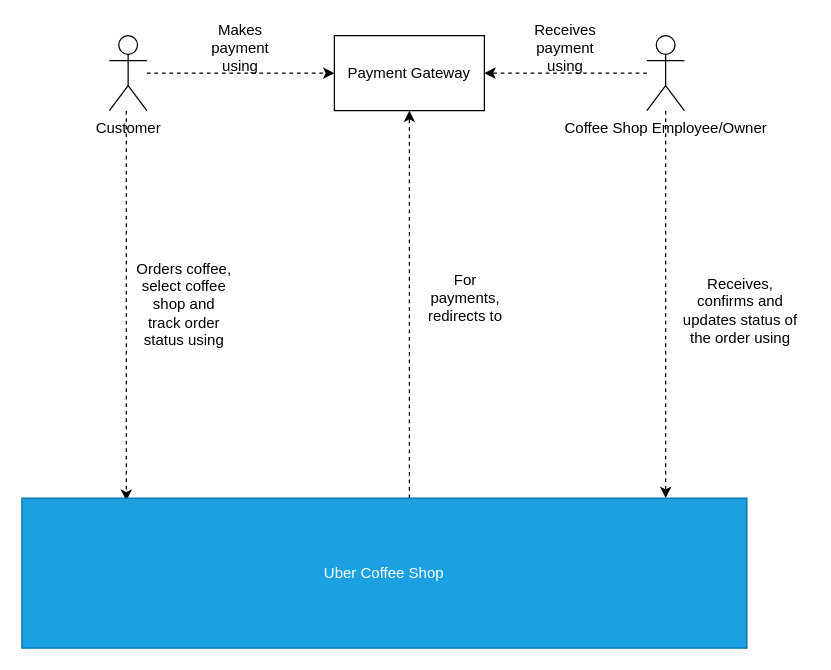
Above: ContextDiagram.drawio in dinesh-i/uber-coffee-shops (draw.io), before the change. Source tidied: cells renumbered, new cells numbered last; positions are measured from the earlier drawing's top-left corner, leaving out a move shared by most shapes. Both pictures are drawn from the tidied source at 125%, with x=0, y=0 at pixel (21, 22).
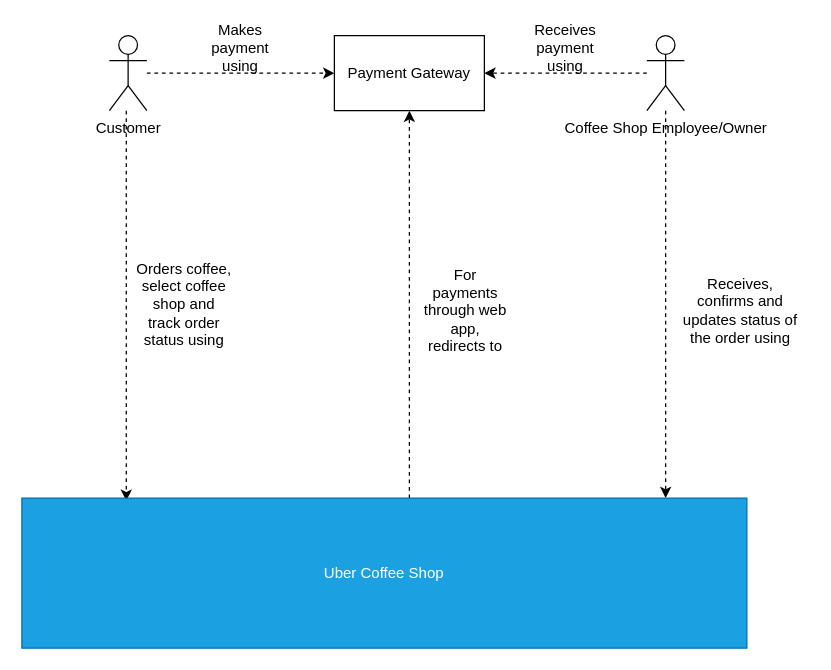
Above is the later version.

What changed in the source:
```diff
@@
 <mxGraphModel>
   <root>
     <mxCell id="0" />
     <mxCell id="1" parent="0" />
     <mxCell id="2" style="edgeStyle=orthogonalEdgeStyle;rounded=0;jettySize=auto;html=1;entryX=0.144;entryY=0.017;entryDx=0;entryDy=0;entryPerimeter=0;dashed=1;" parent="1" edge="1" source="4" target="9">
       <mxGeometry relative="1" as="geometry">
         <Array as="points">
           <mxPoint x="84" y="40" />
         </Array>
       </mxGeometry>
     </mxCell>
     <mxCell id="3" style="edgeStyle=orthogonalEdgeStyle;rounded=0;jettySize=auto;html=1;dashed=1;" parent="1" edge="1" source="4">
       <mxGeometry relative="1" as="geometry">
         <mxPoint x="250" y="40" as="targetPoint" />
       </mxGeometry>
     </mxCell>
     <mxCell id="4" value="Customer" style="shape=umlActor;verticalLabelPosition=bottom;verticalAlign=top;html=1;outlineConnect=0;" parent="1" vertex="1">
       <mxGeometry x="70" y="10" width="30" height="60" as="geometry" />
     </mxCell>
     <mxCell id="5" style="edgeStyle=orthogonalEdgeStyle;rounded=0;jettySize=auto;html=1;entryX=1;entryY=0.5;entryDx=0;entryDy=0;dashed=1;" parent="1" edge="1" source="7" target="10">
       <mxGeometry relative="1" as="geometry" />
     </mxCell>
     <mxCell id="6" style="edgeStyle=orthogonalEdgeStyle;rounded=0;jettySize=auto;html=1;entryX=0.888;entryY=0;entryDx=0;entryDy=0;entryPerimeter=0;dashed=1;" parent="1" edge="1" source="7" target="9">
       <mxGeometry relative="1" as="geometry" />
     </mxCell>
     <mxCell id="7" value="Coffee Shop Employee/Owner" style="shape=umlActor;verticalLabelPosition=bottom;verticalAlign=top;html=1;outlineConnect=0;" parent="1" vertex="1">
       <mxGeometry x="500" y="10" width="30" height="60" as="geometry" />
     </mxCell>
     <mxCell id="8" style="edgeStyle=orthogonalEdgeStyle;rounded=0;jettySize=auto;html=1;entryX=0.5;entryY=1;entryDx=0;entryDy=0;dashed=1;" parent="1" edge="1" source="9" target="10">
       <mxGeometry relative="1" as="geometry">
         <Array as="points">
           <mxPoint x="310" y="300" />
           <mxPoint x="310" y="300" />
         </Array>
       </mxGeometry>
     </mxCell>
     <mxCell id="9" value="Uber Coffee Shop" style="rounded=0;whiteSpace=wrap;html=1;fillColor=#1ba1e2;strokeColor=#006EAF;fontColor=#ffffff;" parent="1" vertex="1">
       <mxGeometry y="380" width="580" height="120" as="geometry" />
     </mxCell>
     <mxCell id="10" value="Payment Gateway" style="rounded=0;whiteSpace=wrap;html=1;" parent="1" vertex="1">
       <mxGeometry x="250" y="10" width="120" height="60" as="geometry" />
     </mxCell>
     <mxCell id="11" value="Orders coffee, select coffee shop and track order status using" style="text;html=1;strokeColor=none;fillColor=none;align=center;verticalAlign=middle;whiteSpace=wrap;rounded=0;" parent="1" vertex="1">
       <mxGeometry x="90" y="190" width="80" height="70" as="geometry" />
     </mxCell>
     <mxCell id="12" value="Makes payment using" style="text;html=1;strokeColor=none;fillColor=none;align=center;verticalAlign=middle;whiteSpace=wrap;rounded=0;" parent="1" vertex="1">
       <mxGeometry x="150" width="50" height="40" as="geometry" />
     </mxCell>
     <mxCell id="13" value="Receives payment using" style="text;html=1;strokeColor=none;fillColor=none;align=center;verticalAlign=middle;whiteSpace=wrap;rounded=0;" parent="1" vertex="1">
       <mxGeometry x="410" width="50" height="40" as="geometry" />
     </mxCell>
     <mxCell id="14" value="Receives,&lt;br&gt;confirms and updates status of the order using" style="text;html=1;strokeColor=none;fillColor=none;align=center;verticalAlign=middle;whiteSpace=wrap;rounded=0;" parent="1" vertex="1">
       <mxGeometry x="520" y="210" width="110" height="40" as="geometry" />
     </mxCell>
-    <mxCell id="15" value="For payments, redirects to" style="text;html=1;strokeColor=none;fillColor=none;align=center;verticalAlign=middle;whiteSpace=wrap;rounded=0;" parent="1" vertex="1">
-      <mxGeometry x="320" y="200" width="70" height="40" as="geometry" />
+    <mxCell id="15" value="For payments through web app, redirects to" style="text;html=1;strokeColor=none;fillColor=none;align=center;verticalAlign=middle;whiteSpace=wrap;rounded=0;" parent="1" vertex="1">
+      <mxGeometry x="320" y="200" width="70" height="60" as="geometry" />
     </mxCell>
   </root>
 </mxGraphModel>
```
